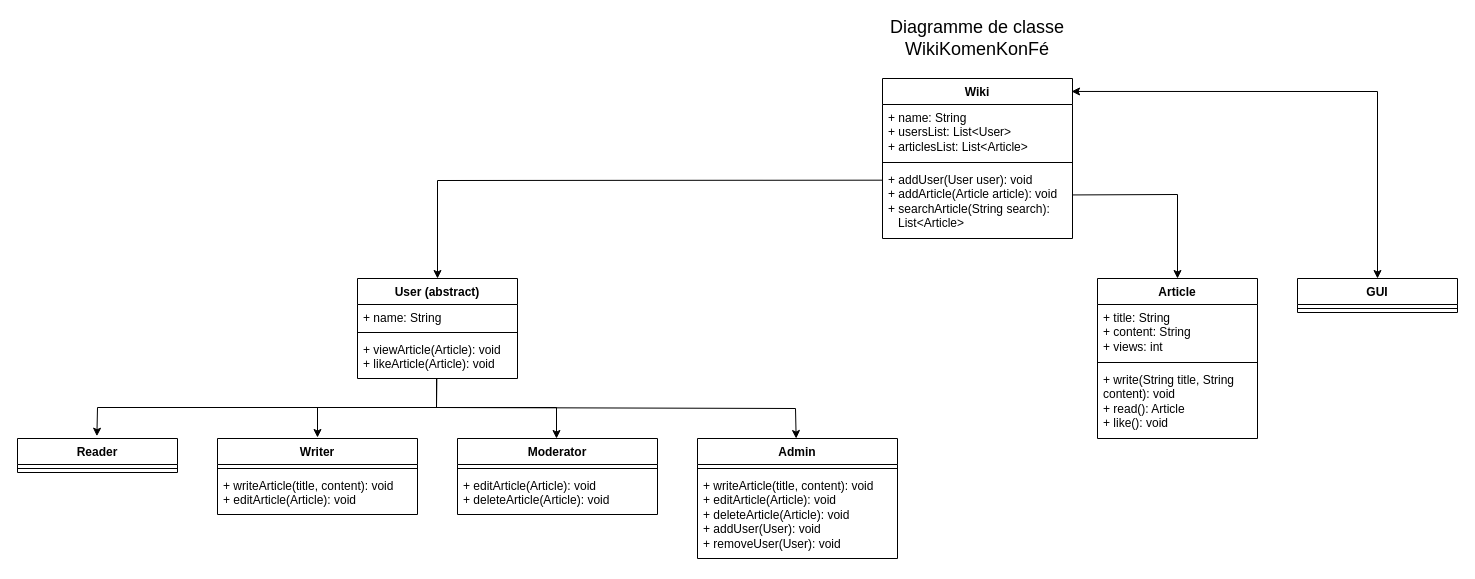
The draw.io diagram Diagramme de classe projet Java.drawio.xml in LucasAstley/WikiKomenKonFe, before the edit. Source tidied: cells renumbered, new cells numbered last; positions are measured from the earlier drawing's top-left corner, leaving out a move shared by most shapes. Both pictures are drawn from the tidied source at 100%, with x=0, y=0 at pixel (17, 18).
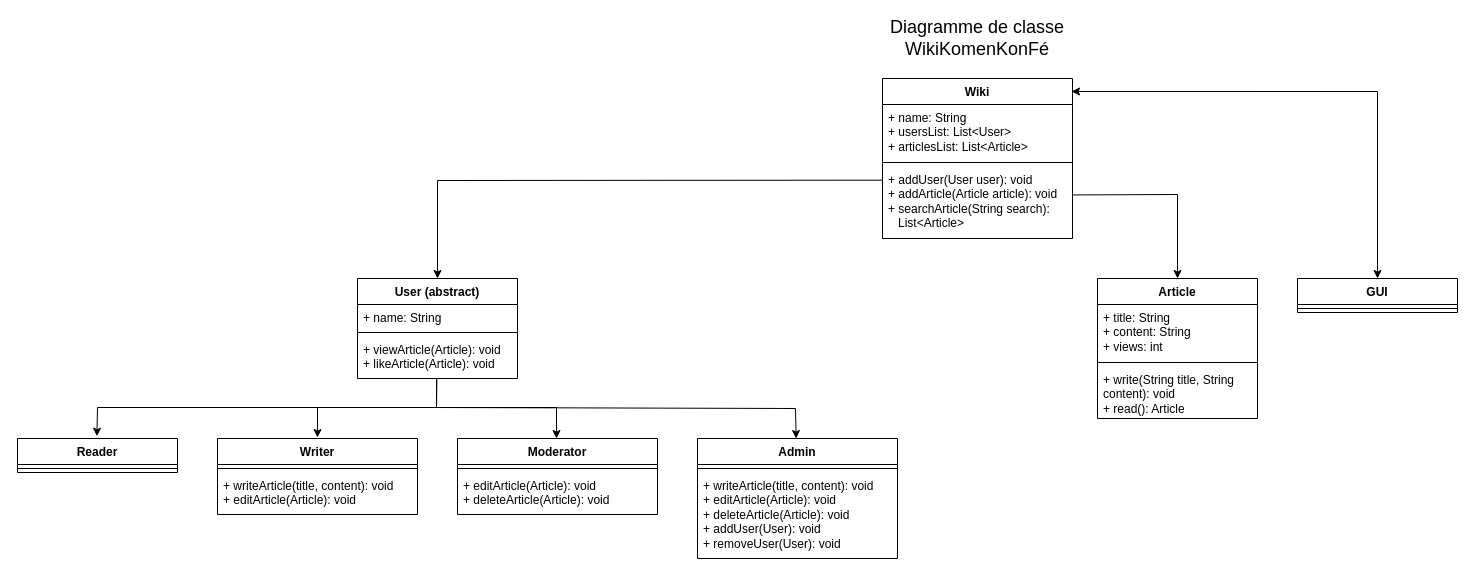
The same diagram, later.

Change to the diagram source:
```diff
@@
     <mxCell id="7" value="Article" style="swimlane;fontStyle=1;align=center;verticalAlign=top;horizontal=1;startSize=26;whiteSpace=wrap;html=1;" parent="1" vertex="1">
-      <mxGeometry x="1080" y="260" width="160" height="160" as="geometry" />
+      <mxGeometry x="1080" y="260" width="160" height="140" as="geometry" />
     </mxCell>
@@
-    <mxCell id="10" value="+ write(String title, String content): void&lt;div&gt;+ read(): Article&lt;/div&gt;&lt;div&gt;+ like(): void&lt;/div&gt;" style="text;strokeColor=none;fillColor=none;align=left;verticalAlign=top;spacingLeft=4;spacingRight=4;overflow=hidden;whiteSpace=wrap;html=1;" parent="7" vertex="1">
-      <mxGeometry y="88" width="160" height="72" as="geometry" />
+    <mxCell id="10" value="+ write(String title, String content): void&lt;div&gt;+ read(): Article&lt;/div&gt;" style="text;strokeColor=none;fillColor=none;align=left;verticalAlign=top;spacingLeft=4;spacingRight=4;overflow=hidden;whiteSpace=wrap;html=1;" parent="7" vertex="1">
+      <mxGeometry y="88" width="160" height="52" as="geometry" />
     </mxCell>
```
